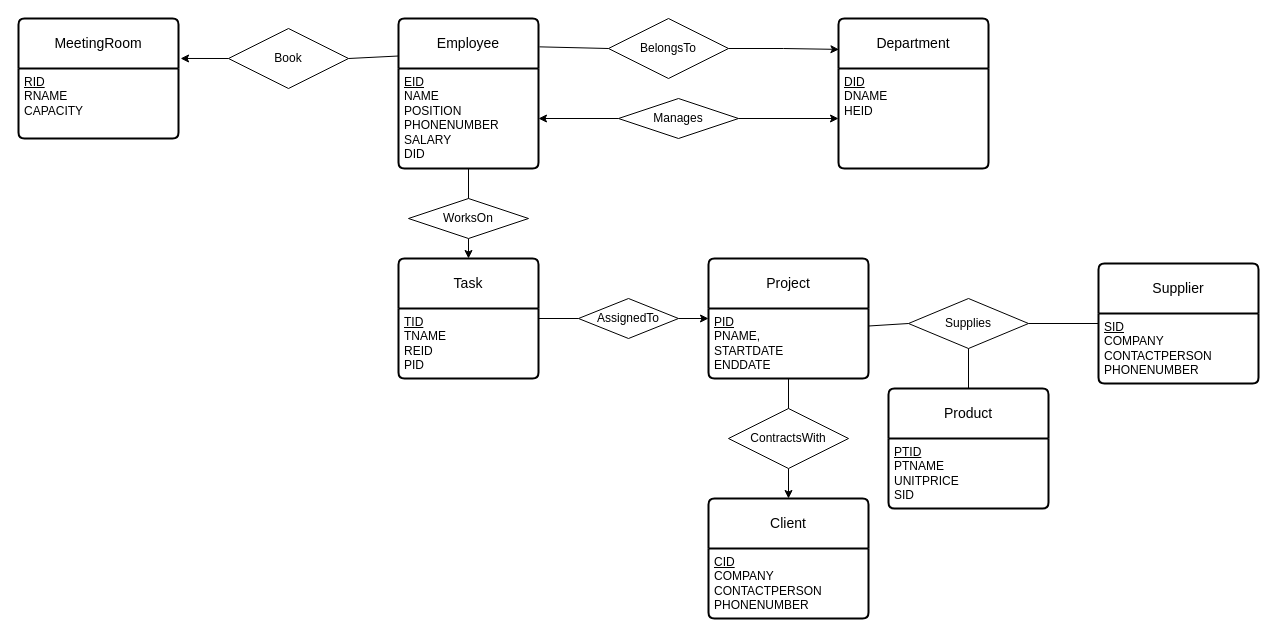
Above: directory/ER_LAB1.drawio in lllwwwooo/draw.io (draw.io), before the change. Source tidied: cells renumbered, new cells numbered last; positions are measured from the earlier drawing's top-left corner, leaving out a move shared by most shapes. Both pictures are drawn from the tidied source at 100%, with x=0, y=0 at pixel (18, 18).
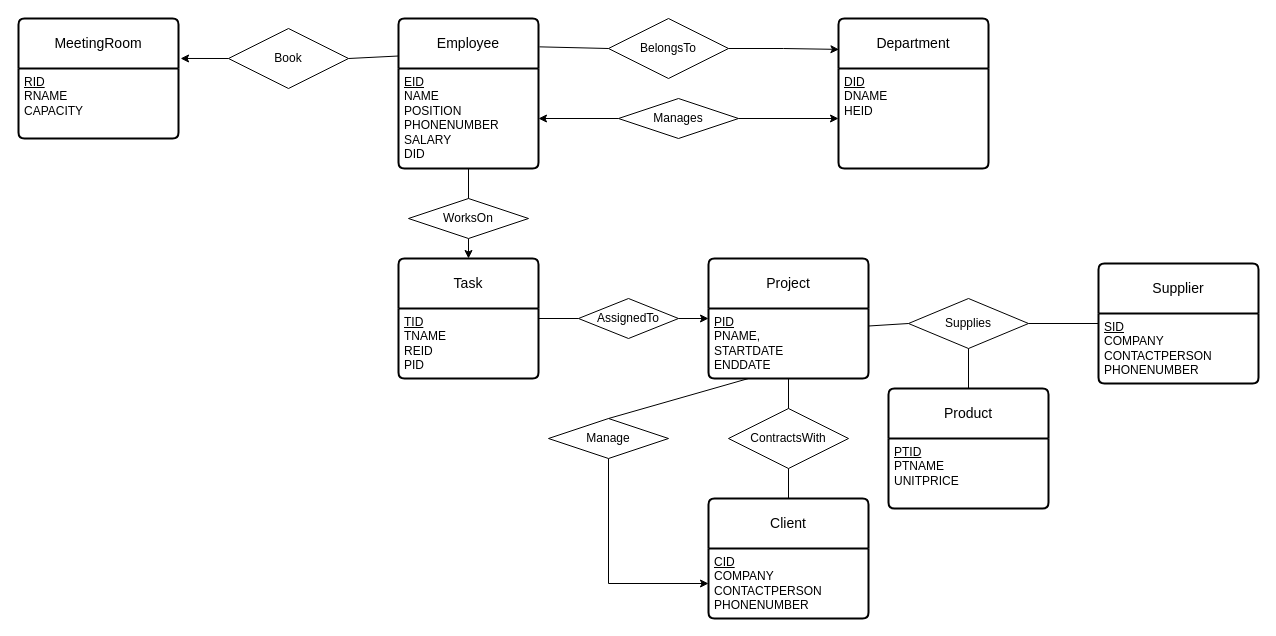
The same diagram, later.

Unchanged cells that the change refers to:
```xml
<mxCell id="23" value="&lt;u&gt;PID&lt;/u&gt;&lt;br&gt;PNAME,&lt;br&gt;STARTDATE&lt;br&gt;ENDDATE" style="align=left;strokeColor=none;fillColor=none;spacingLeft=4;fontSize=12;verticalAlign=top;html=1;" parent="22" vertex="1">
  <mxGeometry y="50" width="160" height="70" as="geometry" />
</mxCell>
<mxCell id="29" value="Product" style="swimlane;horizontal=1;startSize=50;rounded=1;fontSize=14;fontStyle=0;strokeWidth=2;shadow=0;dashed=0;align=center;arcSize=4;whiteSpace=wrap;html=1;" parent="1" vertex="1">
  <mxGeometry x="870" y="370" width="160" height="120" as="geometry" />
</mxCell>
<mxCell id="31" value="Client" style="swimlane;horizontal=1;startSize=50;rounded=1;fontSize=14;fontStyle=0;strokeWidth=2;shadow=0;dashed=0;align=center;arcSize=4;whiteSpace=wrap;html=1;" parent="1" vertex="1">
  <mxGeometry x="690" y="480" width="160" height="120" as="geometry" />
</mxCell>
<mxCell id="32" value="&lt;u&gt;CID&lt;/u&gt;&lt;br&gt;COMPANY&lt;br&gt;CONTACTPERSON&lt;br&gt;PHONENUMBER" style="align=left;strokeColor=none;fillColor=none;spacingLeft=4;fontSize=12;verticalAlign=top;html=1;" parent="31" vertex="1">
  <mxGeometry y="50" width="160" height="70" as="geometry" />
</mxCell>
<mxCell id="34" value="ContractsWith" style="shape=rhombus;perimeter=rhombusPerimeter;whiteSpace=wrap;html=1;align=center;" parent="1" vertex="1">
  <mxGeometry x="710" y="390" width="120" height="60" as="geometry" />
</mxCell>
```

Change to the diagram source:
```diff
@@
-    <mxCell id="30" value="&lt;u&gt;PTID&lt;br&gt;&lt;/u&gt;PTNAME&lt;br&gt;UNITPRICE&lt;br&gt;SID" style="align=left;strokeColor=none;fillColor=none;spacingLeft=4;fontSize=12;verticalAlign=top;html=1;" parent="29" vertex="1">
+    <mxCell id="30" value="&lt;u&gt;PTID&lt;br&gt;&lt;/u&gt;PTNAME&lt;br&gt;UNITPRICE" style="align=left;strokeColor=none;fillColor=none;spacingLeft=4;fontSize=12;verticalAlign=top;html=1;" parent="29" vertex="1">
       <mxGeometry y="50" width="160" height="70" as="geometry" />
     </mxCell>
@@
-    <mxCell id="33" style="edgeStyle=orthogonalEdgeStyle;rounded=0;jettySize=auto;html=1;exitX=0.5;exitY=1;exitDx=0;exitDy=0;entryX=0.5;entryY=0;entryDx=0;entryDy=0;" parent="1" edge="1" source="34" target="31">
-      <mxGeometry relative="1" as="geometry" />
-    </mxCell>
@@
+    <mxCell id="40" style="edgeStyle=orthogonalEdgeStyle;rounded=0;jettySize=auto;html=1;exitX=0.5;exitY=1;exitDx=0;exitDy=0;entryX=0;entryY=0.5;entryDx=0;entryDy=0;" parent="1" edge="1" source="41" target="32">
+      <mxGeometry relative="1" as="geometry" />
+    </mxCell>
+    <mxCell id="41" value="Manage" style="shape=rhombus;perimeter=rhombusPerimeter;whiteSpace=wrap;html=1;align=center;" parent="1" vertex="1">
+      <mxGeometry x="530" y="400" width="120" height="40" as="geometry" />
+    </mxCell>
+    <mxCell id="42" style="endArrow=none;html=1;rounded=0;exitX=0.5;exitY=0;exitDx=0;exitDy=0;entryX=0.25;entryY=1;entryDx=0;entryDy=0;" parent="1" edge="1" source="41" target="23">
+      <mxGeometry relative="1" as="geometry" />
+    </mxCell>
+    <mxCell id="33" style="endArrow=none;html=1;rounded=0;exitX=0.5;exitY=1;exitDx=0;exitDy=0;entryX=0.5;entryY=0;entryDx=0;entryDy=0;" parent="1" edge="1" source="34" target="31">
+      <mxGeometry relative="1" as="geometry" />
+    </mxCell>
```
